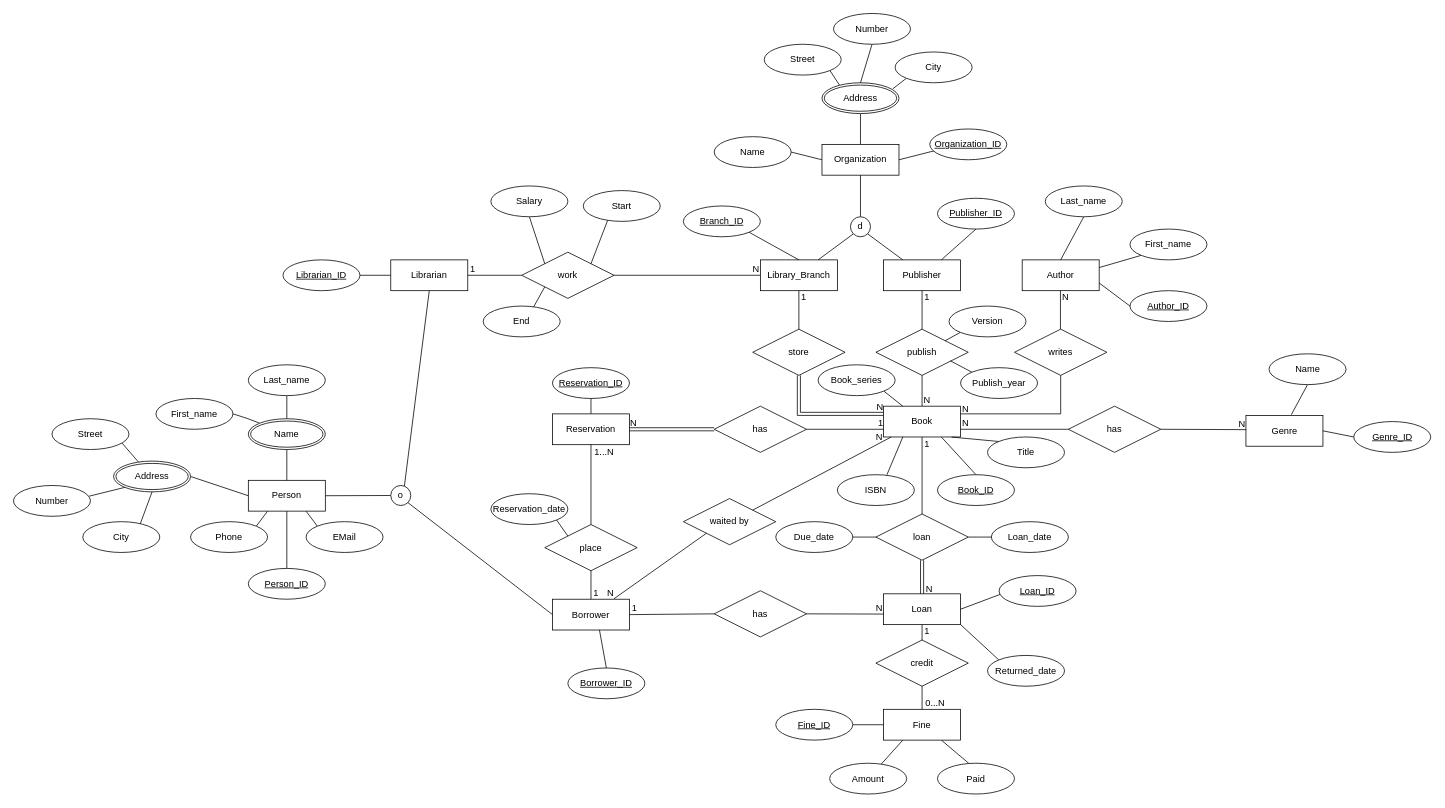
Above: ERM/ERM-Diagramm.drawio in YouAndMEME/sose23-database (draw.io), before the change. Source tidied: cells renumbered, new cells numbered last; positions are measured from the earlier drawing's top-left corner, leaving out a move shared by most shapes. Both pictures are drawn from the tidied source at 77%, with x=0, y=0 at pixel (13, 13).
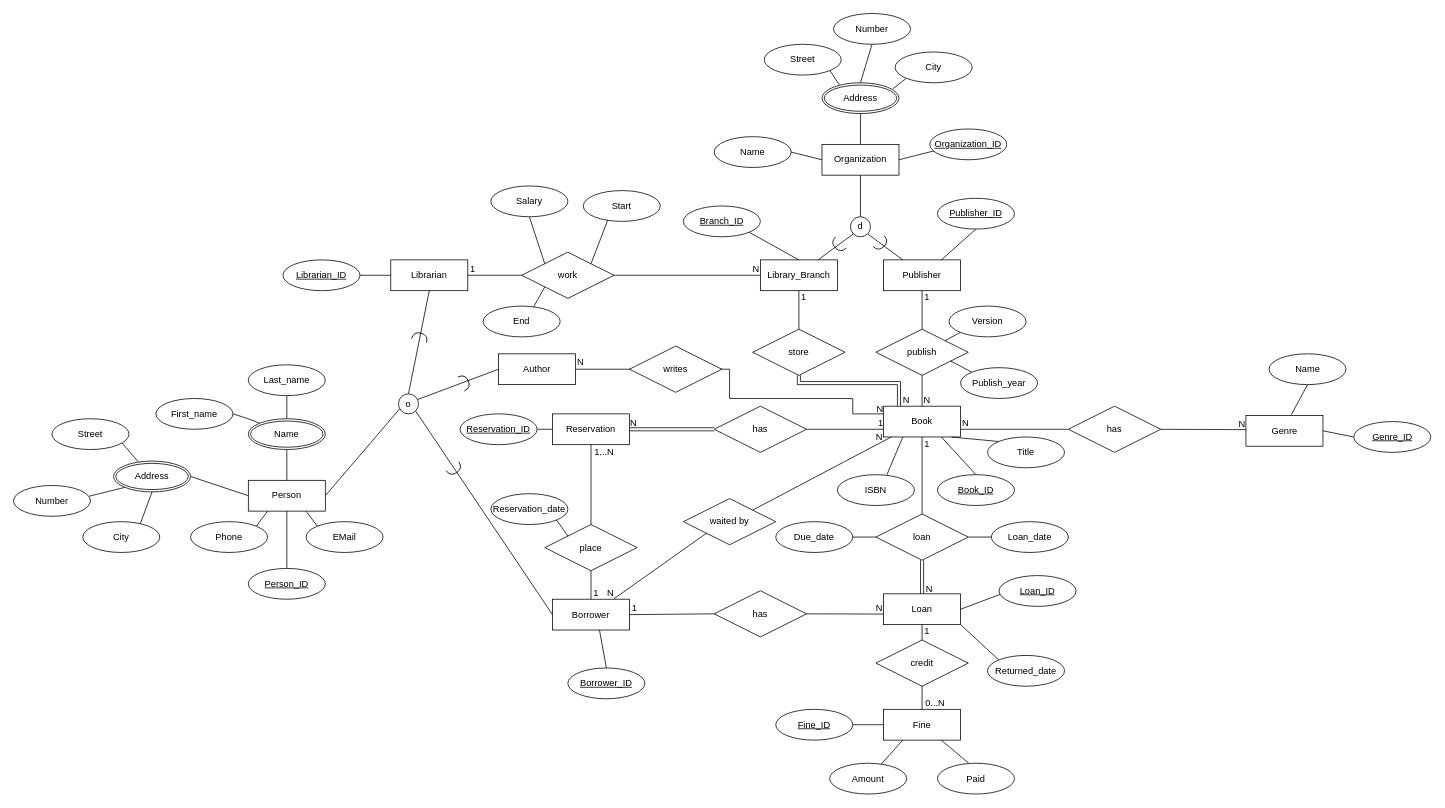
After the change.

Unchanged cells that the change refers to:
```xml
<mxCell id="4" value="Librarian" style="whiteSpace=wrap;html=1;align=center;" parent="1" vertex="1">
  <mxGeometry x="490" y="320" width="100" height="40" as="geometry" />
</mxCell>
<mxCell id="6" value="Book" style="whiteSpace=wrap;html=1;align=center;" parent="1" vertex="1">
  <mxGeometry x="1130" y="510" width="100" height="40" as="geometry" />
</mxCell>
<mxCell id="69" value="store" style="shape=rhombus;perimeter=rhombusPerimeter;whiteSpace=wrap;html=1;align=center;" parent="1" vertex="1">
  <mxGeometry x="960" y="410" width="120" height="60" as="geometry" />
</mxCell>
<mxCell id="132" value="Person" style="whiteSpace=wrap;html=1;align=center;" parent="1" vertex="1">
  <mxGeometry x="305" y="606.3" width="100" height="40" as="geometry" />
</mxCell>
```

What changed in the source:
```diff
@@
-    <mxCell id="3" value="Author" style="whiteSpace=wrap;html=1;align=center;" parent="1" vertex="1">
-      <mxGeometry x="1310" y="320" width="100" height="40" as="geometry" />
-    </mxCell>
@@
-    <mxCell id="34" style="edgeStyle=none;rounded=0;jettySize=auto;html=1;exitX=0;exitY=0.5;exitDx=0;exitDy=0;entryX=1;entryY=0.75;entryDx=0;entryDy=0;endArrow=none;endFill=0;" parent="1" edge="1" source="35" target="3">
-      <mxGeometry relative="1" as="geometry" />
-    </mxCell>
-    <mxCell id="35" value="Author_ID" style="ellipse;whiteSpace=wrap;html=1;align=center;fontStyle=4;" parent="1" vertex="1">
-      <mxGeometry x="1450" y="360" width="100" height="40" as="geometry" />
-    </mxCell>
-    <mxCell id="36" style="edgeStyle=none;rounded=0;jettySize=auto;html=1;exitX=0;exitY=1;exitDx=0;exitDy=0;entryX=1;entryY=0.25;entryDx=0;entryDy=0;endArrow=none;endFill=0;" parent="1" edge="1" source="37" target="3">
-      <mxGeometry relative="1" as="geometry" />
-    </mxCell>
-    <mxCell id="37" value="First_name" style="ellipse;whiteSpace=wrap;html=1;align=center;" parent="1" vertex="1">
-      <mxGeometry x="1450" y="280" width="100" height="40" as="geometry" />
-    </mxCell>
-    <mxCell id="38" style="edgeStyle=none;rounded=0;jettySize=auto;html=1;exitX=0.5;exitY=1;exitDx=0;exitDy=0;entryX=0.5;entryY=0;entryDx=0;entryDy=0;endArrow=none;endFill=0;" parent="1" edge="1" source="39" target="3">
-      <mxGeometry relative="1" as="geometry" />
-    </mxCell>
-    <mxCell id="39" value="Last_name" style="ellipse;whiteSpace=wrap;html=1;align=center;" parent="1" vertex="1">
-      <mxGeometry x="1340" y="224" width="100" height="40" as="geometry" />
-    </mxCell>
-    <mxCell id="40" value="writes" style="shape=rhombus;perimeter=rhombusPerimeter;whiteSpace=wrap;html=1;align=center;" parent="1" vertex="1">
-      <mxGeometry x="1300" y="410" width="120" height="60" as="geometry" />
-    </mxCell>
@@
-    <mxCell id="45" style="endArrow=none;html=1;rounded=0;entryX=0.5;entryY=1;entryDx=0;entryDy=0;exitX=0.5;exitY=0;exitDx=0;exitDy=0;" parent="1" edge="1">
-      <mxGeometry relative="1" as="geometry">
-        <mxPoint x="1359.7" y="410" as="sourcePoint" />
-        <mxPoint x="1359.7" y="360" as="targetPoint" />
-      </mxGeometry>
-    </mxCell>
-    <mxCell id="46" value="N" style="html=1;align=right;verticalAlign=top;" parent="45" vertex="1">
-      <mxGeometry x="1" relative="1" as="geometry">
-        <mxPoint x="11" y="-6" as="offset" />
-      </mxGeometry>
-    </mxCell>
-    <mxCell id="47" style="endArrow=none;html=1;rounded=0;exitX=0.5;exitY=1;exitDx=0;exitDy=0;edgeStyle=orthogonalEdgeStyle;entryX=1;entryY=0.25;entryDx=0;entryDy=0;" parent="1" edge="1" source="40" target="6">
-      <mxGeometry relative="1" as="geometry" />
-    </mxCell>
-    <mxCell id="48" value="N" style="html=1;align=right;verticalAlign=bottom;" parent="47" vertex="1">
-      <mxGeometry x="1" relative="1" as="geometry">
-        <mxPoint x="11" y="2" as="offset" />
-      </mxGeometry>
-    </mxCell>
@@
     <mxCell id="60" value="Reservation_ID" style="ellipse;whiteSpace=wrap;html=1;align=center;fontStyle=4;" parent="1" vertex="1">
-      <mxGeometry x="700" y="460" width="100" height="40" as="geometry" />
+      <mxGeometry x="580" y="520" width="100" height="40" as="geometry" />
     </mxCell>
@@
-    <mxCell id="118" style="shape=link;html=1;rounded=0;exitX=0;exitY=0.25;exitDx=0;exitDy=0;entryX=0.5;entryY=1;entryDx=0;entryDy=0;edgeStyle=orthogonalEdgeStyle;" parent="1" edge="1" source="6" target="69">
-      <mxGeometry relative="1" as="geometry" />
+    <mxCell id="118" style="shape=link;html=1;rounded=0;entryX=0.5;entryY=1;entryDx=0;entryDy=0;edgeStyle=orthogonalEdgeStyle;" parent="1" edge="1" target="69">
+      <mxGeometry relative="1" as="geometry">
+        <mxPoint x="1150" y="510" as="sourcePoint" />
+        <Array as="points">
+          <mxPoint x="1150" y="509" />
+          <mxPoint x="1150" y="480" />
+          <mxPoint x="1020" y="480" />
+        </Array>
+      </mxGeometry>
     </mxCell>
     <mxCell id="119" value="N" style="html=1;align=right;verticalAlign=bottom;" parent="118" vertex="1">
       <mxGeometry x="1" relative="1" as="geometry">
-        <mxPoint x="110" y="50" as="offset" />
+        <mxPoint x="144" y="41" as="offset" />
       </mxGeometry>
     </mxCell>
@@
-    <mxCell id="131" style="edgeStyle=none;html=1;exitX=1;exitY=0.5;exitDx=0;exitDy=0;entryX=0;entryY=0.5;entryDx=0;entryDy=0;endArrow=none;endFill=0;" parent="1" edge="1" source="132" target="137">
+    <mxCell id="131" style="edgeStyle=none;html=1;exitX=1;exitY=0.5;exitDx=0;exitDy=0;entryX=0.077;entryY=0.731;entryDx=0;entryDy=0;endArrow=none;endFill=0;entryPerimeter=0;" parent="1" edge="1" source="132" target="137">
       <mxGeometry relative="1" as="geometry" />
     </mxCell>
@@
-    <mxCell id="136" style="edgeStyle=none;html=1;entryX=0.5;entryY=1;entryDx=0;entryDy=0;endArrow=none;endFill=0;exitX=0.676;exitY=0.06;exitDx=0;exitDy=0;exitPerimeter=0;" parent="1" edge="1" source="137" target="4">
+    <mxCell id="136" style="edgeStyle=none;html=1;entryX=0.5;entryY=1;entryDx=0;entryDy=0;endArrow=none;endFill=0;exitX=0.5;exitY=0;exitDx=0;exitDy=0;" parent="1" edge="1" source="137" target="4">
       <mxGeometry relative="1" as="geometry" />
     </mxCell>
+    <mxCell id="165" style="rounded=0;jettySize=auto;html=1;exitX=0.954;exitY=0.285;exitDx=0;exitDy=0;entryX=0;entryY=0.5;entryDx=0;entryDy=0;endArrow=none;endFill=0;exitPerimeter=0;" parent="1" edge="1" source="137" target="163">
+      <mxGeometry relative="1" as="geometry" />
+    </mxCell>
     <mxCell id="137" value="o" style="ellipse;whiteSpace=wrap;html=1;" parent="1" vertex="1">
-      <mxGeometry x="490" y="613" width="26" height="26" as="geometry" />
+      <mxGeometry x="500" y="494" width="26" height="26" as="geometry" />
     </mxCell>
@@
+    <mxCell id="166" style="edgeStyle=orthogonalEdgeStyle;rounded=0;jettySize=auto;html=1;exitX=1;exitY=0.5;exitDx=0;exitDy=0;entryX=0;entryY=0.25;entryDx=0;entryDy=0;endArrow=none;endFill=0;" parent="1" edge="1" source="163" target="6">
+      <mxGeometry relative="1" as="geometry">
+        <Array as="points">
+          <mxPoint x="930" y="462" />
+          <mxPoint x="930" y="500" />
+          <mxPoint x="1090" y="500" />
+          <mxPoint x="1090" y="520" />
+        </Array>
+      </mxGeometry>
+    </mxCell>
-    <mxCell id="163" style="rounded=0;jettySize=auto;html=1;exitX=1;exitY=1;exitDx=0;exitDy=0;entryX=0.25;entryY=0;entryDx=0;entryDy=0;endArrow=none;endFill=0;" parent="1" edge="1" source="164" target="6">
-      <mxGeometry relative="1" as="geometry" />
+    <mxCell id="163" value="Author" style="whiteSpace=wrap;html=1;align=center;" parent="1" vertex="1">
+      <mxGeometry x="630" y="442" width="100" height="40" as="geometry" />
     </mxCell>
-    <mxCell id="164" value="Book_series" style="ellipse;whiteSpace=wrap;html=1;align=center;" parent="1" vertex="1">
-      <mxGeometry x="1045" y="456.3" width="100" height="40" as="geometry" />
-    </mxCell>
+    <mxCell id="167" value="N" style="html=1;align=right;verticalAlign=bottom;" parent="1" vertex="1">
+      <mxGeometry x="741" y="461" as="geometry" />
+    </mxCell>
+    <mxCell id="168" value="N" style="html=1;align=right;verticalAlign=bottom;" parent="1" vertex="1">
+      <mxGeometry x="1130" y="522" as="geometry" />
+    </mxCell>
+    <mxCell id="40" value="writes" style="shape=rhombus;perimeter=rhombusPerimeter;whiteSpace=wrap;html=1;align=center;" parent="1" vertex="1">
+      <mxGeometry x="800" y="432" width="120" height="60" as="geometry" />
+    </mxCell>
+    <mxCell id="169" style="shape=requiredInterface;html=1;verticalLabelPosition=bottom;sketch=0;rotation=-75;" parent="1" vertex="1">
+      <mxGeometry x="523" y="410" width="10" height="20" as="geometry" />
+    </mxCell>
+    <mxCell id="170" style="shape=requiredInterface;html=1;verticalLabelPosition=bottom;sketch=0;rotation=-25;" parent="1" vertex="1">
+      <mxGeometry x="581" y="469" width="10" height="20" as="geometry" />
+    </mxCell>
+    <mxCell id="171" style="shape=requiredInterface;html=1;verticalLabelPosition=bottom;sketch=0;rotation=55;" parent="1" vertex="1">
+      <mxGeometry x="568" y="582" width="10" height="20" as="geometry" />
+    </mxCell>
+    <mxCell id="172" style="shape=requiredInterface;html=1;verticalLabelPosition=bottom;sketch=0;rotation=45;" parent="1" vertex="1">
+      <mxGeometry x="1122" y="289" width="10" height="20" as="geometry" />
+    </mxCell>
+    <mxCell id="173" style="shape=requiredInterface;html=1;verticalLabelPosition=bottom;sketch=0;rotation=135;" parent="1" vertex="1">
+      <mxGeometry x="1066" y="291" width="10" height="20" as="geometry" />
+    </mxCell>
```
